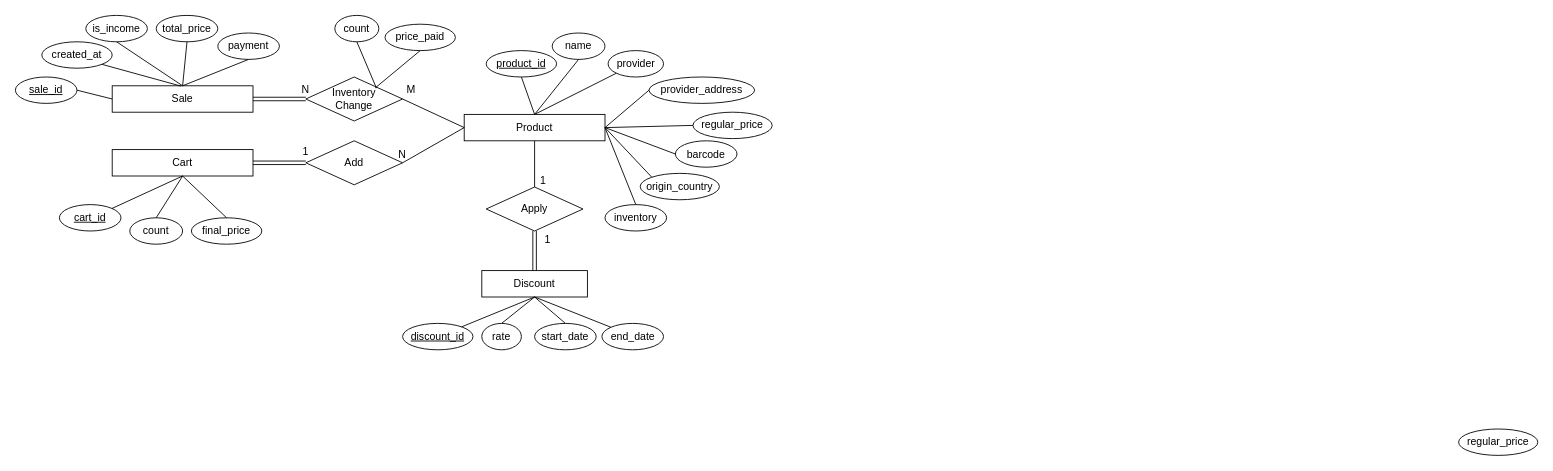
The draw.io diagram page "ER Diagram" (1 of 3) of docs/diagram/ERDiagram.drawio in changi1122/CBNU-2023-F-Database-TermProject, before the edit. Source tidied: cells renumbered, new cells numbered last; positions are measured from the earlier drawing's top-left corner, leaving out a move shared by most shapes. Both pictures are drawn from the tidied source at 88%, with x=0, y=0 at pixel (15, 15).
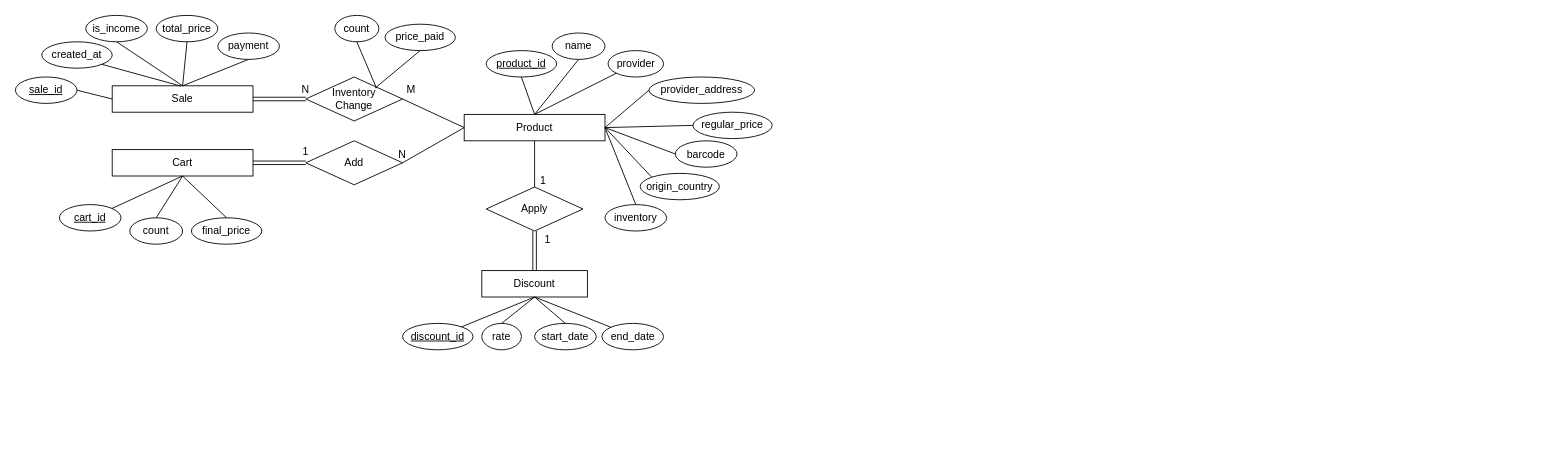
The same diagram, later.

Commit message (it also covers changes not shown here):
Docs: ER 다이어그램 -> 1NF 테이블

Diff of the diagram source:
```diff
@@
-    <mxCell id="27" value="regular_price" style="ellipse;whiteSpace=wrap;html=1;align=center;" parent="1" vertex="1">
-      <mxGeometry x="1640" y="470" width="90" height="30" as="geometry" />
-    </mxCell>
```
